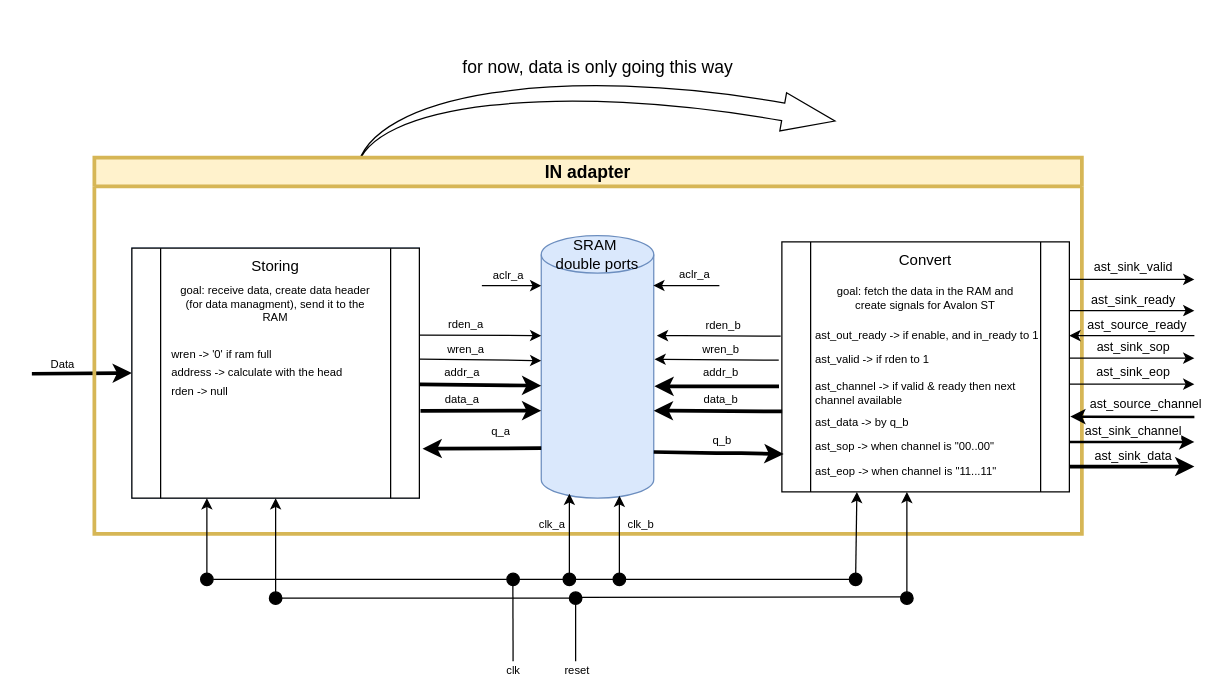
The draw.io diagram FIL_application/flowcharts/in_module_flow.drawio in camilleherrmann/FPGA_In_the_Loop_cycloneV, before the edit. Source tidied: cells renumbered, new cells numbered last; positions are measured from the earlier drawing's top-left corner, leaving out a move shared by most shapes. Both pictures are drawn from the tidied source at 125%, with x=0, y=0 at pixel (31, 48).
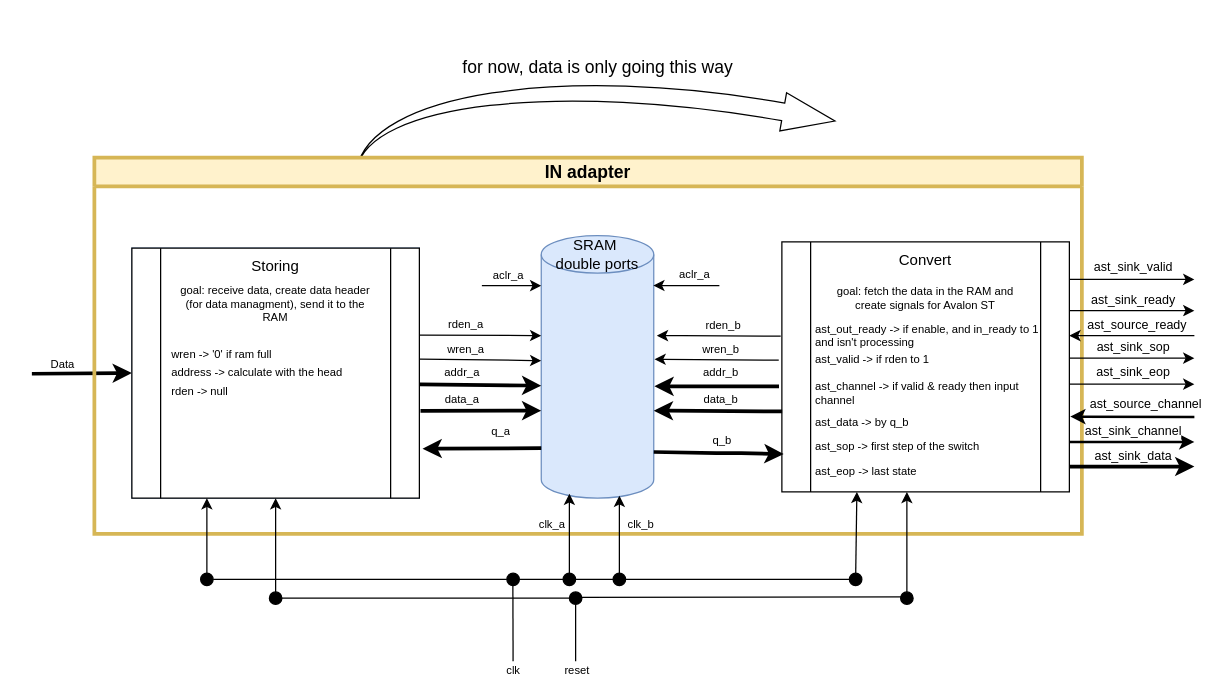
After the change.

Unchanged cells that the change refers to:
```xml
<mxCell id="47" value="IN adapter" style="swimlane;whiteSpace=wrap;html=1;fontSize=14;fillColor=#fff2cc;strokeColor=#d6b656;strokeWidth=3;" parent="1" vertex="1">
  <mxGeometry x="50" y="87.5" width="790" height="301" as="geometry" />
</mxCell>
```

Diff of the diagram source:
```diff
@@
-    <mxCell id="40" value="ast_out_ready -&amp;gt; if enable, and in_ready to 1" style="text;html=1;strokeColor=none;fillColor=none;align=left;verticalAlign=middle;whiteSpace=wrap;rounded=0;fontSize=9;" parent="1" vertex="1">
+    <mxCell id="40" value="ast_out_ready -&amp;gt; if enable, and in_ready to 1 and isn't processing" style="text;html=1;strokeColor=none;fillColor=none;align=left;verticalAlign=middle;whiteSpace=wrap;rounded=0;fontSize=9;" parent="1" vertex="1">
       <mxGeometry x="625" y="215" width="190" height="30" as="geometry" />
     </mxCell>
@@
-    <mxCell id="42" value="ast_sop -&amp;gt; when channel is &quot;00..00&quot;" style="text;html=1;strokeColor=none;fillColor=none;align=left;verticalAlign=middle;whiteSpace=wrap;rounded=0;fontSize=9;" parent="1" vertex="1">
-      <mxGeometry x="625" y="304" width="190" height="30" as="geometry" />
-    </mxCell>
-    <mxCell id="43" value="ast_eop -&amp;gt; when channel is &quot;11...11&quot;" style="text;html=1;strokeColor=none;fillColor=none;align=left;verticalAlign=middle;whiteSpace=wrap;rounded=0;fontSize=9;" parent="1" vertex="1">
+    <mxCell id="43" value="ast_eop -&amp;gt; last state" style="text;html=1;strokeColor=none;fillColor=none;align=left;verticalAlign=middle;whiteSpace=wrap;rounded=0;fontSize=9;" parent="1" vertex="1">
       <mxGeometry x="625" y="324" width="190" height="30" as="geometry" />
     </mxCell>
@@
-    <mxCell id="53" value="ast_channel -&amp;gt; if valid &amp;amp; ready then next channel available&amp;nbsp;" style="text;html=1;strokeColor=none;fillColor=none;align=left;verticalAlign=middle;whiteSpace=wrap;rounded=0;fontSize=9;" parent="47" vertex="1">
+    <mxCell id="53" value="ast_channel -&amp;gt; if valid &amp;amp; ready then input channel" style="text;html=1;strokeColor=none;fillColor=none;align=left;verticalAlign=middle;whiteSpace=wrap;rounded=0;fontSize=9;" parent="47" vertex="1">
       <mxGeometry x="575" y="173.5" width="190" height="30" as="geometry" />
     </mxCell>
+    <mxCell id="42" value="ast_sop -&amp;gt; first step of the switch" style="text;html=1;strokeColor=none;fillColor=none;align=left;verticalAlign=middle;whiteSpace=wrap;rounded=0;fontSize=9;" parent="47" vertex="1">
+      <mxGeometry x="575" y="216.5" width="190" height="30" as="geometry" />
+    </mxCell>
```
